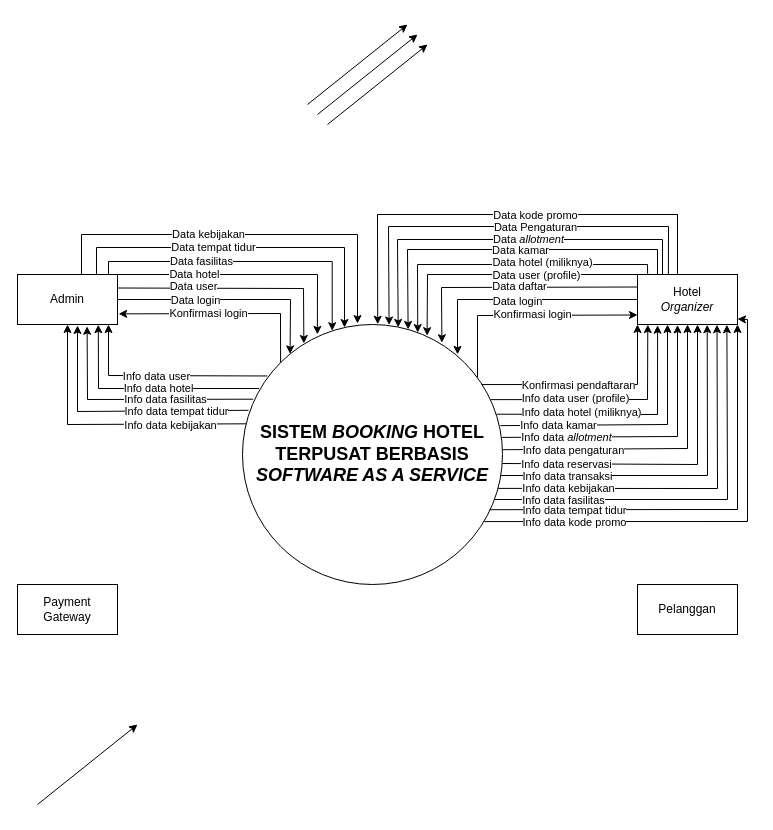
Hans-Star18/ta-booking-system keeps this draw.io diagram as diagram/dfd/diagram-konteks.drawio. Above is the earlier version. Source tidied: cells renumbered, new cells numbered last; positions are measured from the earlier drawing's top-left corner, leaving out a move shared by most shapes. Both pictures are drawn from the tidied source at 100%, with x=0, y=0 at pixel (17, 24).
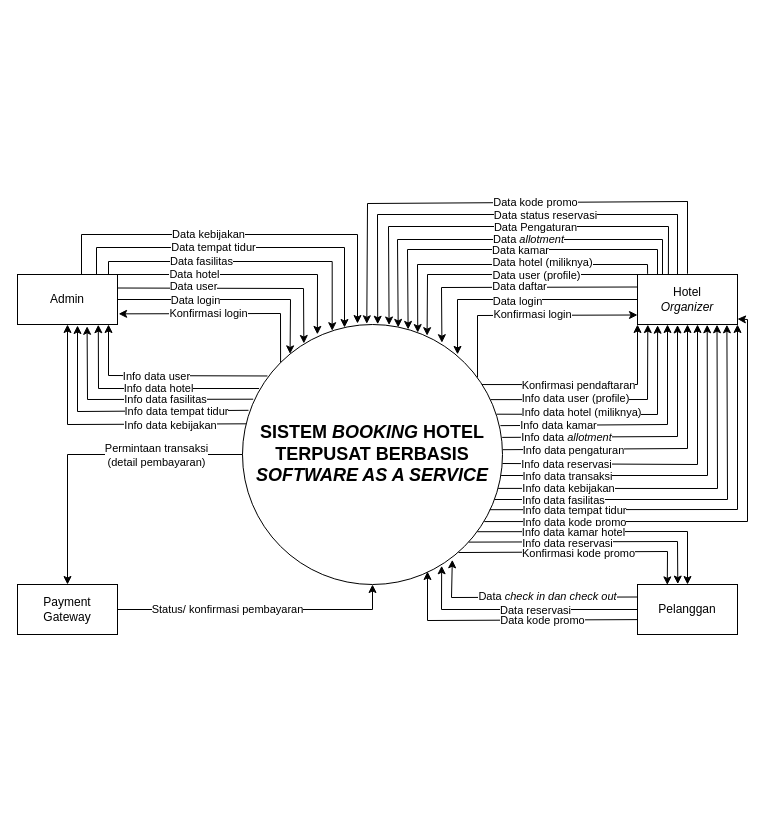
After the change.

Commit message (it also covers changes not shown here):
feat(diagram): add DFD level 0 and update context diagram

The change refers to these unchanged cells:
```xml
<mxCell id="2" value="&lt;b&gt;&lt;span style=&quot;font-family: Arial, sans-serif;&quot; lang=&quot;IN&quot;&gt;&lt;font style=&quot;font-size: 18px;&quot;&gt;SISTEM &lt;i&gt;BOOKING &lt;/i&gt;HOTEL TERPUSAT BERBASIS&lt;i&gt; SOFTWARE AS A SERVICE&lt;/i&gt;&lt;/font&gt;&lt;/span&gt;&lt;/b&gt;" style="shape=ellipse;html=1;dashed=0;whiteSpace=wrap;perimeter=ellipsePerimeter;" parent="1" vertex="1">
  <mxGeometry x="225" y="300" width="260" height="260" as="geometry" />
</mxCell>
<mxCell id="5" value="Pelanggan" style="html=1;dashed=0;whiteSpace=wrap;" parent="1" vertex="1">
  <mxGeometry x="620" y="560" width="100" height="50" as="geometry" />
</mxCell>
<mxCell id="6" value="Payment&lt;div&gt;Gateway&lt;/div&gt;" style="html=1;dashed=0;whiteSpace=wrap;" parent="1" vertex="1">
  <mxGeometry y="560" width="100" height="50" as="geometry" />
</mxCell>
<mxCell id="75" style="html=1;jumpStyle=arc;rounded=0;curved=0;entryX=0.52;entryY=-0.001;entryDx=0;entryDy=0;entryPerimeter=0;" parent="1" edge="1" target="2">
  <mxGeometry relative="1" as="geometry">
    <mxPoint x="660" y="190" as="sourcePoint" />
    <Array as="points">
      <mxPoint x="660" y="250" />
      <mxPoint x="660" y="190" />
      <mxPoint x="360" y="190" />
    </Array>
  </mxGeometry>
</mxCell>
```

What changed in the source:
```diff
@@
-    <mxCell id="7" style="html=1;jumpStyle=arc;rounded=0;curved=0;" parent="1" edge="1">
+    <mxCell id="7" style="html=1;jumpStyle=arc;rounded=0;curved=0;entryX=0.5;entryY=0;entryDx=0;entryDy=0;exitX=0;exitY=0.5;exitDx=0;exitDy=0;" parent="1" edge="1" source="2" target="6">
       <mxGeometry relative="1" as="geometry">
-        <mxPoint x="20" y="780" as="sourcePoint" />
-        <mxPoint x="120" y="700" as="targetPoint" />
+        <Array as="points">
+          <mxPoint x="50" y="430" />
+        </Array>
       </mxGeometry>
     </mxCell>
+    <mxCell id="77" value="Permintaan transaksi&lt;div&gt;(detail pembayaran)&lt;/div&gt;" style="edgeLabel;html=1;align=center;verticalAlign=middle;" parent="7" vertex="1">
+      <mxGeometry x="-0.17" relative="1" as="geometry">
+        <mxPoint x="40" as="offset" />
+      </mxGeometry>
+    </mxCell>
@@
-    <mxCell id="12" style="html=1;jumpStyle=arc;rounded=0;curved=0;" parent="1" edge="1">
-      <mxGeometry relative="1" as="geometry">
-        <mxPoint x="290" y="80" as="sourcePoint" />
-        <mxPoint x="390" as="targetPoint" />
-      </mxGeometry>
-    </mxCell>
@@
-    <mxCell id="61" style="html=1;jumpStyle=arc;rounded=0;curved=0;" parent="1" edge="1">
-      <mxGeometry relative="1" as="geometry">
-        <mxPoint x="300" y="90" as="sourcePoint" />
-        <mxPoint x="400" y="10" as="targetPoint" />
-      </mxGeometry>
-    </mxCell>
-    <mxCell id="62" style="html=1;jumpStyle=arc;rounded=0;curved=0;" parent="1" edge="1">
-      <mxGeometry relative="1" as="geometry">
-        <mxPoint x="310" y="100" as="sourcePoint" />
-        <mxPoint x="410" y="20" as="targetPoint" />
-      </mxGeometry>
-    </mxCell>
@@
-    <mxCell id="76" value="Data kode promo" style="edgeLabel;html=1;align=center;verticalAlign=middle;" parent="75" vertex="1">
+    <mxCell id="76" value="Data status reservasi" style="edgeLabel;html=1;align=center;verticalAlign=middle;" parent="75" vertex="1">
       <mxGeometry x="-0.37" relative="1" as="geometry">
-        <mxPoint x="-96" as="offset" />
+        <mxPoint x="-86" as="offset" />
       </mxGeometry>
     </mxCell>
+    <mxCell id="78" style="html=1;jumpStyle=arc;rounded=0;curved=0;exitX=1;exitY=0.5;exitDx=0;exitDy=0;entryX=0.5;entryY=1;entryDx=0;entryDy=0;" parent="1" edge="1" source="6" target="2">
+      <mxGeometry relative="1" as="geometry">
+        <Array as="points">
+          <mxPoint x="355" y="585" />
+        </Array>
+      </mxGeometry>
+    </mxCell>
+    <mxCell id="79" value="Status/ konfirmasi pembayaran" style="edgeLabel;html=1;align=center;verticalAlign=middle;" parent="78" vertex="1">
+      <mxGeometry x="-0.38" y="1" relative="1" as="geometry">
+        <mxPoint x="22" as="offset" />
+      </mxGeometry>
+    </mxCell>
+    <mxCell id="80" style="html=1;jumpStyle=arc;rounded=0;curved=0;exitX=0.903;exitY=0.797;exitDx=0;exitDy=0;exitPerimeter=0;entryX=0.5;entryY=0;entryDx=0;entryDy=0;" parent="1" edge="1" source="2" target="5">
+      <mxGeometry relative="1" as="geometry">
+        <Array as="points">
+          <mxPoint x="670" y="507" />
+        </Array>
+      </mxGeometry>
+    </mxCell>
+    <mxCell id="81" value="Info data kamar hotel" style="edgeLabel;html=1;align=center;verticalAlign=middle;" parent="80" vertex="1">
+      <mxGeometry x="-0.47" relative="1" as="geometry">
+        <mxPoint x="26" as="offset" />
+      </mxGeometry>
+    </mxCell>
+    <mxCell id="82" style="html=1;jumpStyle=arc;rounded=0;curved=0;entryX=0.403;entryY=-0.008;entryDx=0;entryDy=0;entryPerimeter=0;exitX=0.87;exitY=0.837;exitDx=0;exitDy=0;exitPerimeter=0;" parent="1" edge="1" source="2" target="5">
+      <mxGeometry relative="1" as="geometry">
+        <Array as="points">
+          <mxPoint x="660" y="517" />
+        </Array>
+      </mxGeometry>
+    </mxCell>
+    <mxCell id="83" value="Info data reservasi" style="edgeLabel;html=1;align=center;verticalAlign=middle;" parent="82" vertex="1">
+      <mxGeometry x="-0.17" y="-1" relative="1" as="geometry">
+        <mxPoint x="-6" as="offset" />
+      </mxGeometry>
+    </mxCell>
+    <mxCell id="84" style="html=1;jumpStyle=arc;rounded=0;curved=0;exitX=0;exitY=0.5;exitDx=0;exitDy=0;entryX=0.766;entryY=0.928;entryDx=0;entryDy=0;entryPerimeter=0;" parent="1" edge="1" source="5" target="2">
+      <mxGeometry relative="1" as="geometry">
+        <Array as="points">
+          <mxPoint x="424" y="585" />
+        </Array>
+      </mxGeometry>
+    </mxCell>
+    <mxCell id="85" value="Data reservasi" style="edgeLabel;html=1;align=center;verticalAlign=middle;" parent="84" vertex="1">
+      <mxGeometry x="0.31" relative="1" as="geometry">
+        <mxPoint x="54" as="offset" />
+      </mxGeometry>
+    </mxCell>
+    <mxCell id="86" style="html=1;jumpStyle=arc;rounded=0;curved=0;exitX=0;exitY=0.25;exitDx=0;exitDy=0;entryX=0.807;entryY=0.905;entryDx=0;entryDy=0;entryPerimeter=0;" parent="1" edge="1" source="5" target="2">
+      <mxGeometry relative="1" as="geometry">
+        <Array as="points">
+          <mxPoint x="434" y="573" />
+        </Array>
+      </mxGeometry>
+    </mxCell>
+    <mxCell id="87" value="Data &lt;i&gt;check in dan check out&lt;/i&gt;" style="edgeLabel;html=1;align=center;verticalAlign=middle;" parent="86" vertex="1">
+      <mxGeometry x="-0.03" y="-1" relative="1" as="geometry">
+        <mxPoint x="18" as="offset" />
+      </mxGeometry>
+    </mxCell>
+    <mxCell id="88" style="html=1;jumpStyle=arc;rounded=0;curved=0;entryX=0.478;entryY=0.001;entryDx=0;entryDy=0;entryPerimeter=0;" parent="1" edge="1">
+      <mxGeometry relative="1" as="geometry">
+        <mxPoint x="670" y="177" as="sourcePoint" />
+        <mxPoint x="349.3" y="299.3" as="targetPoint" />
+        <Array as="points">
+          <mxPoint x="670" y="249" />
+          <mxPoint x="670" y="177" />
+          <mxPoint x="350" y="179" />
+        </Array>
+      </mxGeometry>
+    </mxCell>
+    <mxCell id="89" value="Data kode promo" style="edgeLabel;html=1;align=center;verticalAlign=middle;" parent="88" vertex="1">
+      <mxGeometry x="-0.37" relative="1" as="geometry">
+        <mxPoint x="-113" as="offset" />
+      </mxGeometry>
+    </mxCell>
+    <mxCell id="90" style="html=1;jumpStyle=arc;rounded=0;curved=0;exitX=0.004;exitY=0.783;exitDx=0;exitDy=0;entryX=0.766;entryY=0.928;entryDx=0;entryDy=0;entryPerimeter=0;exitPerimeter=0;" parent="1" edge="1">
+      <mxGeometry relative="1" as="geometry">
+        <mxPoint x="620.4" y="595.1" as="sourcePoint" />
+        <mxPoint x="410" y="547" as="targetPoint" />
+        <Array as="points">
+          <mxPoint x="410" y="596" />
+        </Array>
+      </mxGeometry>
+    </mxCell>
+    <mxCell id="91" value="Data kode promo" style="edgeLabel;html=1;align=center;verticalAlign=middle;" parent="90" vertex="1">
+      <mxGeometry x="0.31" relative="1" as="geometry">
+        <mxPoint x="74" as="offset" />
+      </mxGeometry>
+    </mxCell>
+    <mxCell id="92" style="html=1;jumpStyle=arc;rounded=0;curved=0;entryX=0.298;entryY=-0.013;entryDx=0;entryDy=0;entryPerimeter=0;exitX=0.831;exitY=0.877;exitDx=0;exitDy=0;exitPerimeter=0;" parent="1" edge="1" source="2">
+      <mxGeometry relative="1" as="geometry">
+        <mxPoint x="649.8" y="560.4" as="targetPoint" />
+        <Array as="points">
+          <mxPoint x="650" y="527" />
+        </Array>
+      </mxGeometry>
+    </mxCell>
+    <mxCell id="93" value="Konfirmasi kode promo" style="edgeLabel;html=1;align=center;verticalAlign=middle;" parent="92" vertex="1">
+      <mxGeometry x="-0.17" y="-1" relative="1" as="geometry">
+        <mxPoint x="18" as="offset" />
+      </mxGeometry>
+    </mxCell>
```
